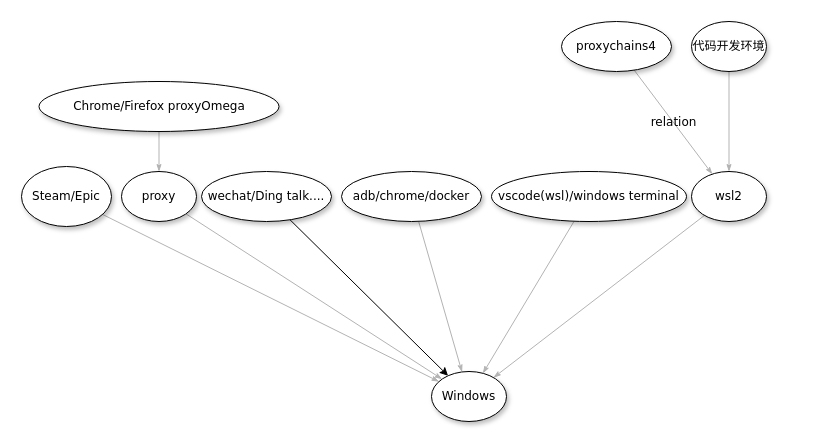
Above: Migrate2Windows.drawio in YeXiaoRain/xml-www.draw.io (draw.io), before the change. Source tidied: cells renumbered, new cells numbered last; positions are measured from the earlier drawing's top-left corner, leaving out a move shared by most shapes. Both pictures are drawn from the tidied source at 100%, with x=0, y=0 at pixel (21, 21).
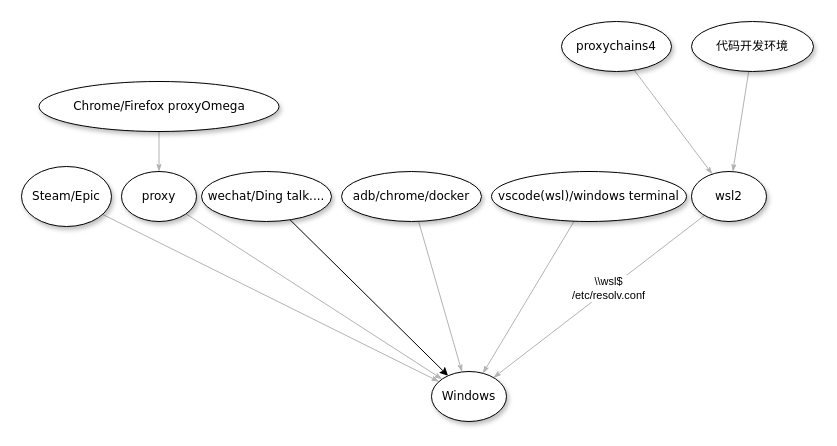
The same page after the edit.

The change refers to these unchanged cells:
```xml
<mxCell id="7" value="&lt;span&gt;proxychains4&lt;br&gt;&lt;/span&gt;" style="ellipse;whiteSpace=wrap;html=1;rounded=0;shadow=1;comic=0;labelBackgroundColor=none;strokeWidth=1;fontFamily=Verdana;fontSize=12;align=center;" parent="1" vertex="1">
  <mxGeometry x="540" width="110" height="50" as="geometry" />
</mxCell>
<mxCell id="10" style="edgeStyle=none;rounded=1;html=1;labelBackgroundColor=none;startArrow=none;startFill=0;startSize=5;endArrow=classicThin;endFill=1;endSize=5;jettySize=auto;strokeColor=#B3B3B3;strokeWidth=1;fontFamily=Verdana;fontSize=12;" parent="1" edge="1" source="11" target="16">
  <mxGeometry relative="1" as="geometry" />
</mxCell>
<mxCell id="11" value="&lt;span&gt;wsl2&lt;/span&gt;" style="ellipse;whiteSpace=wrap;html=1;rounded=0;shadow=1;comic=0;labelBackgroundColor=none;strokeWidth=1;fontFamily=Verdana;fontSize=12;align=center;" parent="1" vertex="1">
  <mxGeometry x="670" y="150" width="75" height="50" as="geometry" />
</mxCell>
```

What changed in the source:
```diff
@@
-    <mxCell id="6" value="relation" style="edgeStyle=none;rounded=1;html=1;labelBackgroundColor=none;startArrow=none;startFill=0;startSize=5;endArrow=classicThin;endFill=1;endSize=5;jettySize=auto;strokeColor=#B3B3B3;strokeWidth=1;fontFamily=Verdana;fontSize=12;" parent="1" edge="1" source="7" target="11">
+    <mxCell id="6" style="edgeStyle=none;rounded=1;html=1;labelBackgroundColor=none;startArrow=none;startFill=0;startSize=5;endArrow=classicThin;endFill=1;endSize=5;jettySize=auto;strokeColor=#B3B3B3;strokeWidth=1;fontFamily=Verdana;fontSize=12;" parent="1" edge="1" source="7" target="11">
       <mxGeometry relative="1" as="geometry" />
     </mxCell>
@@
     <mxCell id="9" value="&lt;span&gt;代码开发环境&lt;/span&gt;" style="ellipse;whiteSpace=wrap;html=1;rounded=0;shadow=1;comic=0;labelBackgroundColor=none;strokeWidth=1;fontFamily=Verdana;fontSize=12;align=center;" parent="1" vertex="1">
-      <mxGeometry x="670" width="75" height="50" as="geometry" />
+      <mxGeometry x="670" width="122" height="50" as="geometry" />
     </mxCell>
@@
+    <mxCell id="21" value="\\wsl$&lt;br&gt;/etc/resolv.conf" style="edgeLabel;html=1;align=center;verticalAlign=middle;" parent="10" vertex="1">
+      <mxGeometry x="-0.09" y="-1" relative="1" as="geometry" />
+    </mxCell>
```
